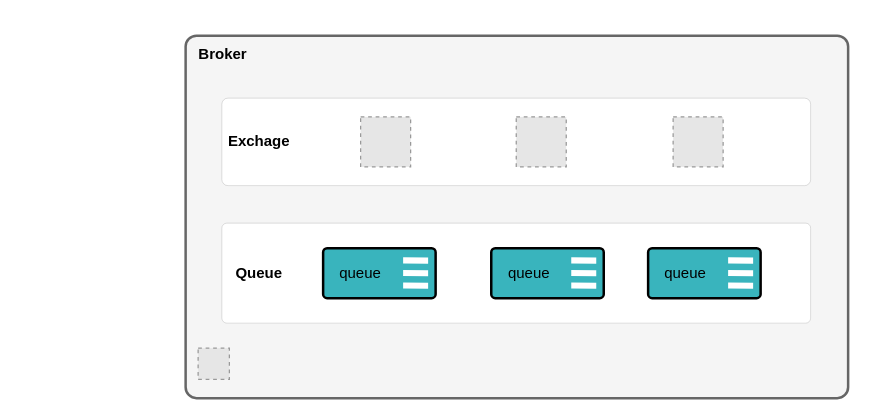
Above: page "Page-1" (1 of 2) of drawio/RabbitMQ/RabbitMQ普通集群流程.drawio in hezhuma/image-repo (draw.io), before the change. Source tidied: cells renumbered, new cells numbered last; positions are measured from the earlier drawing's top-left corner, leaving out a move shared by most shapes. Both pictures are drawn from the tidied source at 125%, with x=0, y=0 at pixel (185, 35). Pictures stored in the file or linked from it are replaced by grey dashed boxes.
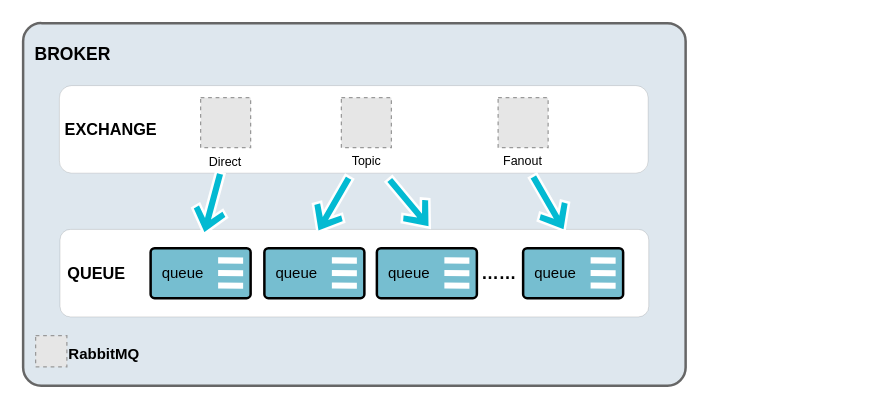
Above is the later version.

Commit message:
Update RabbitMQ普通集群流程.drawio

The edit, as a diff of the source:
```diff
@@
-    <mxCell id="2" style="rounded=1;whiteSpace=wrap;html=1;arcSize=3;strokeWidth=2;fillColor=#f5f5f5;fontColor=#333333;strokeColor=#666666;" parent="1" vertex="1">
-      <mxGeometry width="530" height="290" as="geometry" />
+    <mxCell id="2" style="rounded=1;whiteSpace=wrap;html=1;arcSize=5;strokeWidth=2;fillColor=#DEE7EE;fontColor=#333333;strokeColor=#666666;" parent="1" vertex="1">
+      <mxGeometry x="-130" y="-10" width="530" height="290" as="geometry" />
     </mxCell>
-    <mxCell id="3" style="rounded=1;whiteSpace=wrap;html=1;strokeWidth=0;arcSize=7;" parent="1" vertex="1">
-      <mxGeometry x="29" y="50" width="471" height="70" as="geometry" />
+    <mxCell id="3" style="rounded=1;whiteSpace=wrap;html=1;strokeWidth=0;arcSize=14;" parent="1" vertex="1">
+      <mxGeometry x="-101" y="40" width="471" height="70" as="geometry" />
     </mxCell>
-    <mxCell id="4" style="rounded=1;whiteSpace=wrap;html=1;strokeWidth=0;arcSize=5;" parent="1" vertex="1">
-      <mxGeometry x="29" y="150" width="471" height="80" as="geometry" />
+    <mxCell id="4" style="rounded=1;whiteSpace=wrap;html=1;strokeWidth=0;arcSize=12;" parent="1" vertex="1">
+      <mxGeometry x="-100.5" y="155" width="471" height="70" as="geometry" />
     </mxCell>
-    <mxCell id="5" value="&lt;b&gt;Queue&lt;/b&gt;" style="text;html=1;strokeColor=none;fillColor=none;align=center;verticalAlign=middle;whiteSpace=wrap;rounded=0;" parent="1" vertex="1">
-      <mxGeometry x="29" y="175" width="60" height="30" as="geometry" />
+    <mxCell id="5" value="&lt;b&gt;&lt;font style=&quot;font-size: 13px;&quot;&gt;QUEUE&lt;/font&gt;&lt;/b&gt;" style="text;html=1;strokeColor=none;fillColor=none;align=center;verticalAlign=middle;whiteSpace=wrap;rounded=0;" parent="1" vertex="1">
+      <mxGeometry x="-101" y="175" width="60" height="30" as="geometry" />
     </mxCell>
-    <mxCell id="6" value="&lt;b&gt;Exchage&lt;/b&gt;" style="text;html=1;strokeColor=none;fillColor=none;align=center;verticalAlign=middle;whiteSpace=wrap;rounded=0;" parent="1" vertex="1">
-      <mxGeometry x="29" y="70" width="60" height="30" as="geometry" />
+    <mxCell id="6" value="&lt;b&gt;&lt;font style=&quot;font-size: 13px;&quot;&gt;EXCHANGE&lt;/font&gt;&lt;/b&gt;" style="text;html=1;strokeColor=none;fillColor=none;align=center;verticalAlign=middle;whiteSpace=wrap;rounded=0;" parent="1" vertex="1">
+      <mxGeometry x="-93" y="59.6" width="67" height="30" as="geometry" />
     </mxCell>
-    <mxCell id="7" value="&lt;b&gt;Broker&lt;/b&gt;" style="text;html=1;strokeColor=none;fillColor=none;align=center;verticalAlign=middle;whiteSpace=wrap;rounded=0;" parent="1" vertex="1">
-      <mxGeometry width="60" height="30" as="geometry" />
+    <mxCell id="7" value="&lt;b&gt;&lt;font style=&quot;font-size: 14px;&quot;&gt;BROKER&lt;/font&gt;&lt;/b&gt;" style="text;html=1;strokeColor=none;fillColor=none;align=center;verticalAlign=middle;whiteSpace=wrap;rounded=0;" parent="1" vertex="1">
+      <mxGeometry x="-120" width="60" height="30" as="geometry" />
     </mxCell>
     <mxCell id="8" style="fillColor=#E6E6E6;strokeColor=#999999;dashed=1;verticalLabelPosition=bottom;labelBackgroundColor=default;verticalAlign=top;" parent="1" vertex="1">
-      <mxGeometry x="10" y="250" width="25" height="25" as="geometry" />
+      <mxGeometry x="-120" y="240" width="25" height="25" as="geometry" />
     </mxCell>
     <mxCell id="9" style="fillColor=#E6E6E6;strokeColor=#999999;dashed=1;verticalLabelPosition=bottom;labelBackgroundColor=default;verticalAlign=top;" parent="1" vertex="1">
-      <mxGeometry x="140" y="65" width="40" height="40" as="geometry" />
+      <mxGeometry x="12" y="49.6" width="40" height="40" as="geometry" />
     </mxCell>
     <mxCell id="10" style="fillColor=#E6E6E6;strokeColor=#999999;dashed=1;verticalLabelPosition=bottom;labelBackgroundColor=default;verticalAlign=top;" parent="1" vertex="1">
-      <mxGeometry x="264.5" y="65" width="40" height="40" as="geometry" />
+      <mxGeometry x="124.6" y="49.6" width="40" height="40" as="geometry" />
     </mxCell>
     <mxCell id="11" style="fillColor=#E6E6E6;strokeColor=#999999;dashed=1;verticalLabelPosition=bottom;labelBackgroundColor=default;verticalAlign=top;" parent="1" vertex="1">
-      <mxGeometry x="390" y="65" width="40" height="40" as="geometry" />
+      <mxGeometry x="250" y="49.6" width="40" height="40" as="geometry" />
     </mxCell>
-    <mxCell id="12" style="rounded=1;whiteSpace=wrap;html=1;strokeWidth=2;arcSize=8;fillColor=#39B4BD;fontColor=#ffffff;strokeColor=#000000;" parent="1" vertex="1">
-      <mxGeometry x="110" y="170" width="90" height="40" as="geometry" />
+    <mxCell id="12" style="rounded=1;whiteSpace=wrap;html=1;strokeWidth=2;arcSize=8;fillColor=#76BED0;fontColor=#ffffff;strokeColor=#000000;" parent="1" vertex="1">
+      <mxGeometry x="-28" y="170" width="80" height="40" as="geometry" />
     </mxCell>
     <mxCell id="13" style="endArrow=none;html=1;rounded=0;strokeWidth=5;strokeColor=#FFFFFF;" parent="1" edge="1">
       <mxGeometry relative="1" as="geometry">
-        <mxPoint x="174" y="179.8" as="sourcePoint" />
-        <mxPoint x="194" y="180" as="targetPoint" />
+        <mxPoint x="26" y="179.8" as="sourcePoint" />
+        <mxPoint x="46" y="180" as="targetPoint" />
       </mxGeometry>
     </mxCell>
     <mxCell id="14" value="queue" style="text;html=1;strokeColor=none;fillColor=none;align=center;verticalAlign=middle;whiteSpace=wrap;rounded=0;" parent="1" vertex="1">
-      <mxGeometry x="110" y="175" width="60" height="30" as="geometry" />
+      <mxGeometry x="-22" y="172.5" width="40" height="35" as="geometry" />
     </mxCell>
     <mxCell id="15" style="endArrow=none;html=1;rounded=0;strokeWidth=5;strokeColor=#FFFFFF;" parent="1" edge="1">
       <mxGeometry relative="1" as="geometry">
-        <mxPoint x="174" y="189.9" as="sourcePoint" />
-        <mxPoint x="194" y="190.1" as="targetPoint" />
+        <mxPoint x="26" y="189.9" as="sourcePoint" />
+        <mxPoint x="46" y="190.1" as="targetPoint" />
       </mxGeometry>
     </mxCell>
     <mxCell id="16" style="endArrow=none;html=1;rounded=0;strokeWidth=5;strokeColor=#FFFFFF;" parent="1" edge="1">
       <mxGeometry relative="1" as="geometry">
-        <mxPoint x="174" y="199.9" as="sourcePoint" />
-        <mxPoint x="194" y="200.1" as="targetPoint" />
+        <mxPoint x="26" y="199.9" as="sourcePoint" />
+        <mxPoint x="46" y="200.1" as="targetPoint" />
       </mxGeometry>
     </mxCell>
-    <mxCell id="17" style="rounded=1;whiteSpace=wrap;html=1;strokeWidth=2;arcSize=8;fillColor=#39B4BD;fontColor=#ffffff;strokeColor=#000000;" parent="1" vertex="1">
-      <mxGeometry x="244.5" y="170" width="90" height="40" as="geometry" />
-    </mxCell>
-    <mxCell id="18" style="endArrow=none;html=1;rounded=0;strokeWidth=5;strokeColor=#FFFFFF;" parent="1" edge="1">
-      <mxGeometry relative="1" as="geometry">
-        <mxPoint x="308.5" y="179.8" as="sourcePoint" />
-        <mxPoint x="328.5" y="180" as="targetPoint" />
-      </mxGeometry>
-    </mxCell>
-    <mxCell id="19" value="queue" style="text;html=1;strokeColor=none;fillColor=none;align=center;verticalAlign=middle;whiteSpace=wrap;rounded=0;" parent="1" vertex="1">
-      <mxGeometry x="244.5" y="175" width="60" height="30" as="geometry" />
-    </mxCell>
-    <mxCell id="20" style="endArrow=none;html=1;rounded=0;strokeWidth=5;strokeColor=#FFFFFF;" parent="1" edge="1">
-      <mxGeometry relative="1" as="geometry">
-        <mxPoint x="308.5" y="189.9" as="sourcePoint" />
-        <mxPoint x="328.5" y="190.1" as="targetPoint" />
-      </mxGeometry>
-    </mxCell>
-    <mxCell id="21" style="endArrow=none;html=1;rounded=0;strokeWidth=5;strokeColor=#FFFFFF;" parent="1" edge="1">
-      <mxGeometry relative="1" as="geometry">
-        <mxPoint x="308.5" y="199.9" as="sourcePoint" />
-        <mxPoint x="328.5" y="200.1" as="targetPoint" />
-      </mxGeometry>
-    </mxCell>
-    <mxCell id="22" style="rounded=1;whiteSpace=wrap;html=1;strokeWidth=2;arcSize=8;fillColor=#39B4BD;fontColor=#ffffff;strokeColor=#000000;" parent="1" vertex="1">
-      <mxGeometry x="370" y="170" width="90" height="40" as="geometry" />
-    </mxCell>
-    <mxCell id="23" style="endArrow=none;html=1;rounded=0;strokeWidth=5;strokeColor=#FFFFFF;" parent="1" edge="1">
-      <mxGeometry relative="1" as="geometry">
-        <mxPoint x="434" y="179.8" as="sourcePoint" />
-        <mxPoint x="454" y="180" as="targetPoint" />
-      </mxGeometry>
-    </mxCell>
-    <mxCell id="24" value="queue" style="text;html=1;strokeColor=none;fillColor=none;align=center;verticalAlign=middle;whiteSpace=wrap;rounded=0;" parent="1" vertex="1">
-      <mxGeometry x="370" y="175" width="60" height="30" as="geometry" />
-    </mxCell>
-    <mxCell id="25" style="endArrow=none;html=1;rounded=0;strokeWidth=5;strokeColor=#FFFFFF;" parent="1" edge="1">
-      <mxGeometry relative="1" as="geometry">
-        <mxPoint x="434" y="189.9" as="sourcePoint" />
-        <mxPoint x="454" y="190.1" as="targetPoint" />
-      </mxGeometry>
-    </mxCell>
-    <mxCell id="26" style="endArrow=none;html=1;rounded=0;strokeWidth=5;strokeColor=#FFFFFF;" parent="1" edge="1">
-      <mxGeometry relative="1" as="geometry">
-        <mxPoint x="434" y="199.9" as="sourcePoint" />
-        <mxPoint x="454" y="200.1" as="targetPoint" />
-      </mxGeometry>
-    </mxCell>
+    <mxCell id="27" style="rounded=1;whiteSpace=wrap;html=1;strokeWidth=2;arcSize=8;fillColor=#76BED0;fontColor=#ffffff;strokeColor=#000000;" parent="1" vertex="1">
+      <mxGeometry x="63" y="170" width="80" height="40" as="geometry" />
+    </mxCell>
+    <mxCell id="28" style="endArrow=none;html=1;rounded=0;strokeWidth=5;strokeColor=#FFFFFF;" parent="1" edge="1">
+      <mxGeometry relative="1" as="geometry">
+        <mxPoint x="117" y="179.8" as="sourcePoint" />
+        <mxPoint x="137" y="180" as="targetPoint" />
+      </mxGeometry>
+    </mxCell>
+    <mxCell id="29" value="queue" style="text;html=1;strokeColor=none;fillColor=none;align=center;verticalAlign=middle;whiteSpace=wrap;rounded=0;" parent="1" vertex="1">
+      <mxGeometry x="69" y="172.5" width="40" height="35" as="geometry" />
+    </mxCell>
+    <mxCell id="30" style="endArrow=none;html=1;rounded=0;strokeWidth=5;strokeColor=#FFFFFF;" parent="1" edge="1">
+      <mxGeometry relative="1" as="geometry">
+        <mxPoint x="117" y="189.9" as="sourcePoint" />
+        <mxPoint x="137" y="190.1" as="targetPoint" />
+      </mxGeometry>
+    </mxCell>
+    <mxCell id="31" style="endArrow=none;html=1;rounded=0;strokeWidth=5;strokeColor=#FFFFFF;" parent="1" edge="1">
+      <mxGeometry relative="1" as="geometry">
+        <mxPoint x="117" y="199.9" as="sourcePoint" />
+        <mxPoint x="137" y="200.1" as="targetPoint" />
+      </mxGeometry>
+    </mxCell>
+    <mxCell id="32" style="rounded=1;whiteSpace=wrap;html=1;strokeWidth=2;arcSize=8;fillColor=#76BED0;fontColor=#ffffff;strokeColor=#000000;" parent="1" vertex="1">
+      <mxGeometry x="153" y="170" width="80" height="40" as="geometry" />
+    </mxCell>
+    <mxCell id="33" style="endArrow=none;html=1;rounded=0;strokeWidth=5;strokeColor=#FFFFFF;" parent="1" edge="1">
+      <mxGeometry relative="1" as="geometry">
+        <mxPoint x="207" y="179.8" as="sourcePoint" />
+        <mxPoint x="227" y="180" as="targetPoint" />
+      </mxGeometry>
+    </mxCell>
+    <mxCell id="34" value="queue" style="text;html=1;strokeColor=none;fillColor=none;align=center;verticalAlign=middle;whiteSpace=wrap;rounded=0;" parent="1" vertex="1">
+      <mxGeometry x="159" y="172.5" width="40" height="35" as="geometry" />
+    </mxCell>
+    <mxCell id="35" style="endArrow=none;html=1;rounded=0;strokeWidth=5;strokeColor=#FFFFFF;" parent="1" edge="1">
+      <mxGeometry relative="1" as="geometry">
+        <mxPoint x="207" y="189.9" as="sourcePoint" />
+        <mxPoint x="227" y="190.1" as="targetPoint" />
+      </mxGeometry>
+    </mxCell>
+    <mxCell id="36" style="endArrow=none;html=1;rounded=0;strokeWidth=5;strokeColor=#FFFFFF;" parent="1" edge="1">
+      <mxGeometry relative="1" as="geometry">
+        <mxPoint x="207" y="199.9" as="sourcePoint" />
+        <mxPoint x="227" y="200.1" as="targetPoint" />
+      </mxGeometry>
+    </mxCell>
+    <mxCell id="37" style="rounded=1;whiteSpace=wrap;html=1;strokeWidth=2;arcSize=8;fillColor=#76BED0;fontColor=#ffffff;strokeColor=#000000;" parent="1" vertex="1">
+      <mxGeometry x="270" y="170" width="80" height="40" as="geometry" />
+    </mxCell>
+    <mxCell id="38" style="endArrow=none;html=1;rounded=0;strokeWidth=5;strokeColor=#FFFFFF;" parent="1" edge="1">
+      <mxGeometry relative="1" as="geometry">
+        <mxPoint x="324" y="179.8" as="sourcePoint" />
+        <mxPoint x="344" y="180" as="targetPoint" />
+      </mxGeometry>
+    </mxCell>
+    <mxCell id="39" value="queue" style="text;html=1;strokeColor=none;fillColor=none;align=center;verticalAlign=middle;whiteSpace=wrap;rounded=0;" parent="1" vertex="1">
+      <mxGeometry x="276" y="172.5" width="40" height="35" as="geometry" />
+    </mxCell>
+    <mxCell id="40" style="endArrow=none;html=1;rounded=0;strokeWidth=5;strokeColor=#FFFFFF;" parent="1" edge="1">
+      <mxGeometry relative="1" as="geometry">
+        <mxPoint x="324" y="189.9" as="sourcePoint" />
+        <mxPoint x="344" y="190.1" as="targetPoint" />
+      </mxGeometry>
+    </mxCell>
+    <mxCell id="41" style="endArrow=none;html=1;rounded=0;strokeWidth=5;strokeColor=#FFFFFF;" parent="1" edge="1">
+      <mxGeometry relative="1" as="geometry">
+        <mxPoint x="324" y="199.9" as="sourcePoint" />
+        <mxPoint x="344" y="200.1" as="targetPoint" />
+      </mxGeometry>
+    </mxCell>
+    <mxCell id="42" value="&lt;b&gt;&lt;font style=&quot;font-size: 14px;&quot;&gt;……&lt;/font&gt;&lt;/b&gt;" style="text;html=1;strokeColor=none;fillColor=none;align=center;verticalAlign=middle;whiteSpace=wrap;rounded=0;" parent="1" vertex="1">
+      <mxGeometry x="233" y="175" width="35.5" height="30" as="geometry" />
+    </mxCell>
+    <mxCell id="43" style="html=1;shadow=0;dashed=0;align=center;verticalAlign=middle;shape=mxgraph.arrows2.sharpArrow2;dy1=0.76;dx1=15.32;dx2=17.71;dy3=0.33;dx3=22.5;notch=0;fontSize=14;strokeColor=#FFFFFF;strokeWidth=2;fillColor=#03BAD2;rotation=105;" parent="1" vertex="1">
+      <mxGeometry x="-4.2" y="119.8" width="50.8" height="28.8" as="geometry" />
+    </mxCell>
+    <mxCell id="44" style="html=1;shadow=0;dashed=0;align=center;verticalAlign=middle;shape=mxgraph.arrows2.sharpArrow2;dy1=0.76;dx1=15.32;dx2=17.71;dy3=0.33;dx3=22.5;notch=0;fontSize=14;strokeColor=#FFFFFF;strokeWidth=2;fillColor=#03BAD2;rotation=120;" parent="1" vertex="1">
+      <mxGeometry x="92.8" y="120.8" width="50.8" height="28.8" as="geometry" />
+    </mxCell>
+    <mxCell id="45" style="html=1;shadow=0;dashed=0;align=center;verticalAlign=middle;shape=mxgraph.arrows2.sharpArrow2;dy1=0.76;dx1=15.32;dx2=17.71;dy3=0.33;dx3=22.5;notch=0;fontSize=14;strokeColor=#FFFFFF;strokeWidth=2;fillColor=#03BAD2;rotation=140;direction=north;" parent="1" vertex="1">
+      <mxGeometry x="164.6" y="108.8" width="28.8" height="50.8" as="geometry" />
+    </mxCell>
+    <mxCell id="46" style="html=1;shadow=0;dashed=0;align=center;verticalAlign=middle;shape=mxgraph.arrows2.sharpArrow2;dy1=0.76;dx1=15.32;dx2=17.71;dy3=0.33;dx3=22.5;notch=0;fontSize=14;strokeColor=#FFFFFF;strokeWidth=2;fillColor=#03BAD2;rotation=-210;direction=north;" parent="1" vertex="1">
+      <mxGeometry x="276" y="108.8" width="28.8" height="50.8" as="geometry" />
+    </mxCell>
+    <mxCell id="47" value="&lt;font style=&quot;font-size: 10px;&quot;&gt;Direct&lt;/font&gt;" style="text;html=1;strokeColor=none;fillColor=none;align=center;verticalAlign=middle;whiteSpace=wrap;rounded=0;fontSize=14;" parent="1" vertex="1">
+      <mxGeometry x="11.9" y="89.6" width="40.1" height="20.4" as="geometry" />
+    </mxCell>
+    <mxCell id="48" value="&lt;font style=&quot;font-size: 10px;&quot;&gt;Topic&lt;/font&gt;" style="text;html=1;strokeColor=none;fillColor=none;align=center;verticalAlign=middle;whiteSpace=wrap;rounded=0;fontSize=14;" parent="1" vertex="1">
+      <mxGeometry x="124.6" y="88.4" width="40.1" height="20.4" as="geometry" />
+    </mxCell>
+    <mxCell id="49" value="&lt;font style=&quot;font-size: 10px;&quot;&gt;Fanout&lt;/font&gt;" style="text;html=1;strokeColor=none;fillColor=none;align=center;verticalAlign=middle;whiteSpace=wrap;rounded=0;fontSize=14;" parent="1" vertex="1">
+      <mxGeometry x="250" y="88.4" width="40.1" height="20.4" as="geometry" />
+    </mxCell>
+    <mxCell id="50" value="&lt;b&gt;&lt;font style=&quot;font-size: 12px;&quot;&gt;RabbitMQ&lt;/font&gt;&lt;/b&gt;" style="text;html=1;strokeColor=none;fillColor=none;align=center;verticalAlign=middle;whiteSpace=wrap;rounded=0;" parent="1" vertex="1">
+      <mxGeometry x="-95" y="240" width="60" height="30" as="geometry" />
+    </mxCell>
```
